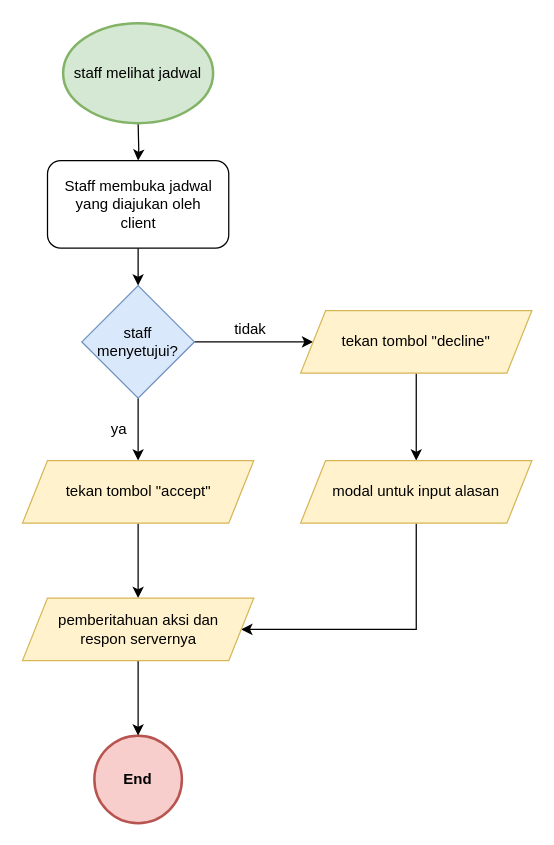
SynergyStudioBandung/synergy_studio_docs keeps this draw.io diagram as diagrams/user_flow/staff_persetujuan_jadwal_client.drawio. Above is the earlier version. Source tidied: cells renumbered, new cells numbered last; positions are measured from the earlier drawing's top-left corner, leaving out a move shared by most shapes. Both pictures are drawn from the tidied source at 125%, with x=0, y=0 at pixel (22, 22).
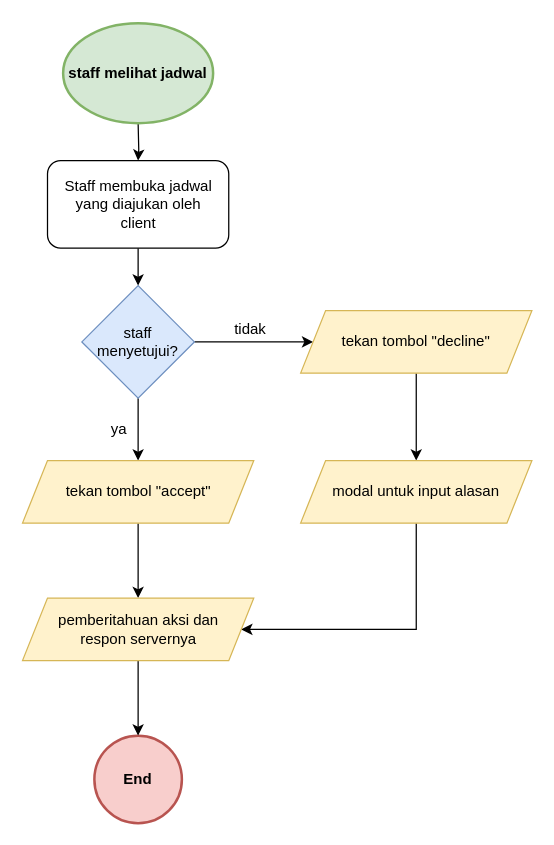
Above is the later version.

Change to the diagram source:
```diff
@@
-    <mxCell id="15" value="staff melihat jadwal" style="ellipse;whiteSpace=wrap;html=1;fillColor=#d5e8d4;strokeColor=#82b366;strokeWidth=2;" parent="1" vertex="1">
+    <mxCell id="15" value="staff melihat jadwal" style="ellipse;whiteSpace=wrap;html=1;fillColor=#d5e8d4;strokeColor=#82b366;strokeWidth=2;fontStyle=1;" parent="1" vertex="1">
       <mxGeometry x="32" width="120" height="80" as="geometry" />
     </mxCell>
```
